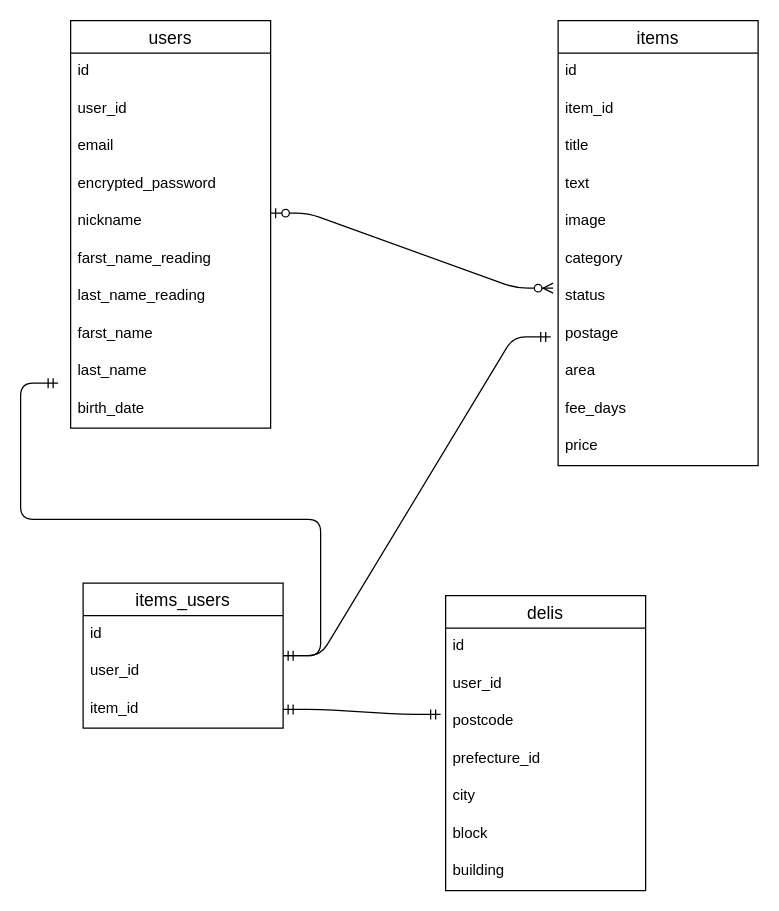
Above: er.dio in akiraOOyuu/furima-39146 (draw.io), before the change. Source tidied: cells renumbered, new cells numbered last; positions are measured from the earlier drawing's top-left corner, leaving out a move shared by most shapes. Both pictures are drawn from the tidied source at 125%, with x=0, y=0 at pixel (58, 20).
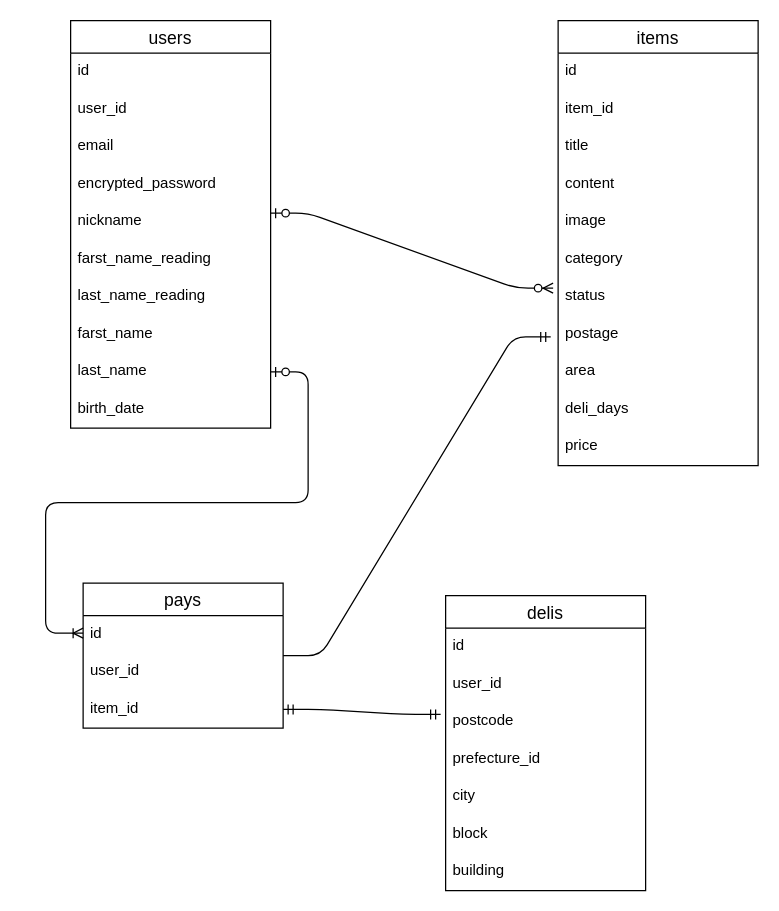
After the change.

The change refers to these unchanged cells:
```xml
<mxCell id="11" value="last_name" style="text;strokeColor=none;fillColor=none;spacingLeft=4;spacingRight=4;overflow=hidden;points=[[0,0.5],[1,0.5]];portConstraint=eastwest;fontSize=12;" parent="2" vertex="1">
  <mxGeometry y="266" width="160" height="30" as="geometry" />
</mxCell>
<mxCell id="13" value="items" style="swimlane;fontStyle=0;horizontal=1;startSize=26;align=center;fontSize=14;" parent="1" vertex="1">
  <mxGeometry x="400" width="160" height="356" as="geometry" />
</mxCell>
```

The edit, as a diff of the source:
```diff
@@
-    <mxCell id="17" value="text" style="text;strokeColor=none;fillColor=none;spacingLeft=4;spacingRight=4;overflow=hidden;fontSize=12;" parent="13" vertex="1">
+    <mxCell id="17" value="content" style="text;strokeColor=none;fillColor=none;spacingLeft=4;spacingRight=4;overflow=hidden;fontSize=12;" parent="13" vertex="1">
       <mxGeometry y="116" width="160" height="30" as="geometry" />
     </mxCell>
@@
-    <mxCell id="23" value="fee_days" style="text;strokeColor=none;fillColor=none;spacingLeft=4;spacingRight=4;overflow=hidden;fontSize=12;" parent="13" vertex="1">
+    <mxCell id="23" value="deli_days" style="text;strokeColor=none;fillColor=none;spacingLeft=4;spacingRight=4;overflow=hidden;fontSize=12;" parent="13" vertex="1">
       <mxGeometry y="296" width="160" height="30" as="geometry" />
     </mxCell>
@@
-    <mxCell id="36" style="edgeStyle=entityRelationEdgeStyle;fontSize=12;html=1;endArrow=ERmandOne;startArrow=ERmandOne;" parent="1" edge="1" source="37">
-      <mxGeometry relative="1" as="geometry">
-        <mxPoint y="290" as="targetPoint" />
-      </mxGeometry>
-    </mxCell>
-    <mxCell id="37" value="items_users" style="swimlane;fontStyle=0;horizontal=1;startSize=26;align=center;fontSize=14;" parent="1" vertex="1">
+    <mxCell id="37" value="pays" style="swimlane;fontStyle=0;horizontal=1;startSize=26;align=center;fontSize=14;" parent="1" vertex="1">
       <mxGeometry x="20" y="450" width="160" height="116" as="geometry" />
     </mxCell>
@@
+    <mxCell id="41" style="edgeStyle=entityRelationEdgeStyle;fontSize=12;html=1;endArrow=ERoneToMany;startArrow=ERzeroToOne;exitX=1;exitY=0.5;exitDx=0;exitDy=0;" parent="1" edge="1" source="11">
+      <mxGeometry relative="1" as="geometry">
+        <mxPoint x="20" y="490" as="targetPoint" />
+      </mxGeometry>
+    </mxCell>
```
